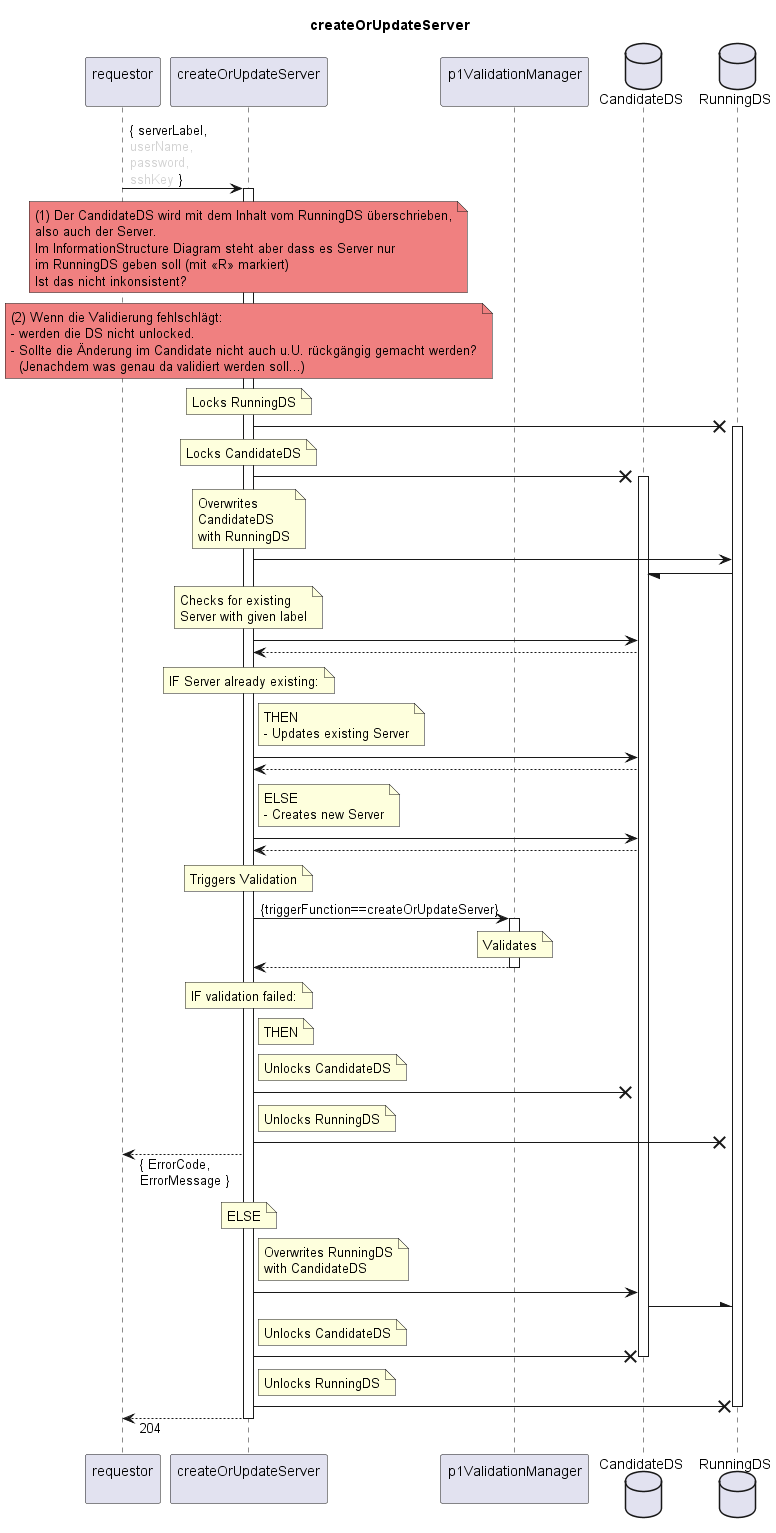
Earlier version of the PlantUML export spec/Services/createOrUpdateServer/1.0.0/createOrUpdateServer.png (openBackhaul/FirmWareManager). Its diagram source:
```plantuml
@startuml createOrUpdateServer
skinparam responseMessageBelowArrow true

title
  createOrUpdateServer
end title

participant "requestor\n" as requestor
participant "createOrUpdateServer\n" as indServ
participant "p1ValidationManager\n" as valiMan
database "CandidateDS" as CanDS
database "RunningDS" as RunDS

requestor -> indServ: { serverLabel,\n<color:LightGray>userName,\n<color:LightGray>password,\n<color:LightGray>sshKey</color> }
activate indServ

  note over indServ #LightCoral
    (1) Der CandidateDS wird mit dem Inhalt vom RunningDS überschrieben,
    also auch der Server.
    Im InformationStructure Diagram steht aber dass es Server nur
    im RunningDS geben soll (mit <<R>> markiert)
    Ist das nicht inkonsistent?
  end note
  note over indServ #LightCoral
    (2) Wenn die Validierung fehlschlägt:
    - werden die DS nicht unlocked.
    - Sollte die Änderung im Candidate nicht auch u.U. rückgängig gemacht werden?
      (Jenachdem was genau da validiert werden soll...)
  end note

  note over indServ
    Locks RunningDS
  end note
  indServ -X RunDS
  activate RunDS
  note over indServ
    Locks CandidateDS
  end note
  indServ -X CanDS
  activate CanDS
  note over indServ
    Overwrites
    CandidateDS
    with RunningDS
  end note
  indServ -> RunDS
  RunDS -/ CanDS

  note over indServ
    Checks for existing
    Server with given label
  end note
  indServ -> CanDS
  indServ <-- CanDS
  note over indServ
    IF Server already existing:
  end note
  note right indServ
    THEN
    - Updates existing Server
  end note
  indServ -> CanDS
  indServ <-- CanDS
  note right indServ
    ELSE
    - Creates new Server
  end note
  indServ -> CanDS
  indServ <-- CanDS

  note over indServ
    Triggers Validation
  end note
  indServ -> valiMan: {triggerFunction==createOrUpdateServer}
  activate valiMan
    note over valiMan
      Validates
    end note
  indServ <-- valiMan
  deactivate valiMan
  note over indServ
    IF validation failed:
  end note
  note right indServ
    THEN
  end note
  note right indServ
    Unlocks CandidateDS
  end note
  indServ -X CanDS
  note right indServ
    Unlocks RunningDS
  end note
  indServ -X RunDS
  requestor <-- indServ: { ErrorCode,\nErrorMessage }
  note over indServ
    ELSE
  end note

  note right indServ
    Overwrites RunningDS
    with CandidateDS
  end note
  indServ -> CanDS
  CanDS -\ RunDS
  note right indServ
    Unlocks CandidateDS
  end note
  indServ -X CanDS
  deactivate CanDS
  note right indServ
    Unlocks RunningDS
  end note
  indServ -X RunDS
  deactivate RunDS

  requestor <-- indServ: 204

deactivate indServ

@enduml
```
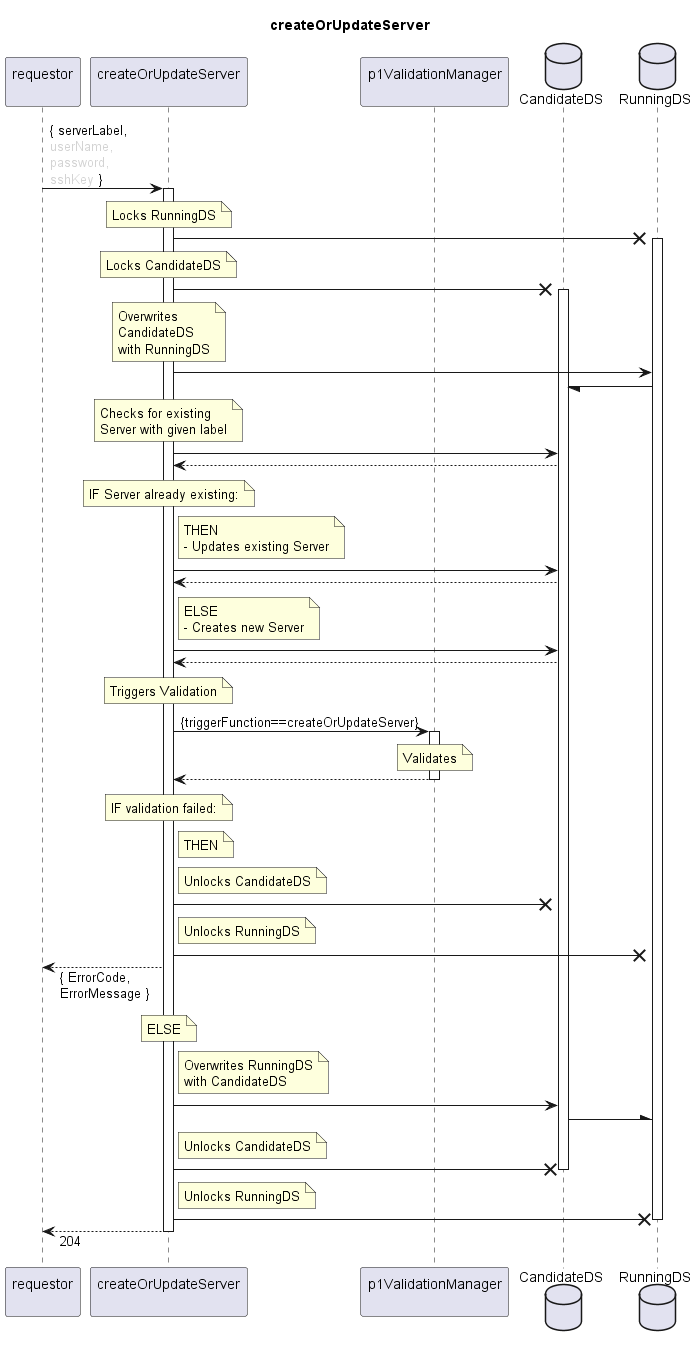
After the change.

The edit, as a diff of the source:
```diff
@@ -13,20 +13,6 @@
 
 requestor -> indServ: { serverLabel,\n<color:LightGray>userName,\n<color:LightGray>password,\n<color:LightGray>sshKey</color> }
 activate indServ
-
-  note over indServ #LightCoral
-    (1) Der CandidateDS wird mit dem Inhalt vom RunningDS überschrieben,
-    also auch der Server.
-    Im InformationStructure Diagram steht aber dass es Server nur
-    im RunningDS geben soll (mit <<R>> markiert)
-    Ist das nicht inkonsistent?
-  end note
-  note over indServ #LightCoral
-    (2) Wenn die Validierung fehlschlägt:
-    - werden die DS nicht unlocked.
-    - Sollte die Änderung im Candidate nicht auch u.U. rückgängig gemacht werden?
-      (Jenachdem was genau da validiert werden soll...)
-  end note
 
   note over indServ
     Locks RunningDS
```
